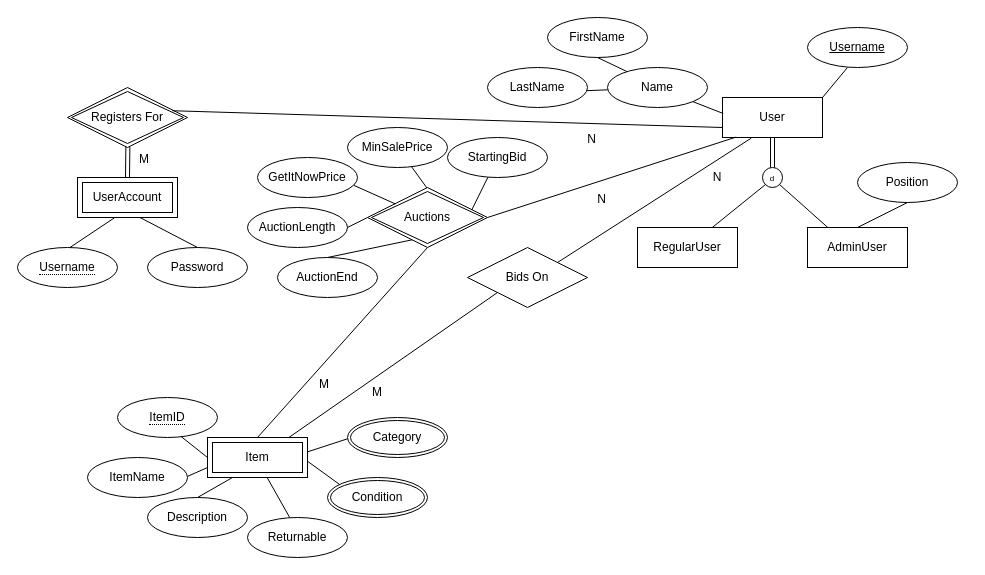
Above: Phase_1/EER/eer_jnaranjo9.drawio in leileili1010/Buzzbid (draw.io), before the change. Source tidied: cells renumbered, new cells numbered last; positions are measured from the earlier drawing's top-left corner, leaving out a move shared by most shapes. Both pictures are drawn from the tidied source at 100%, with x=0, y=0 at pixel (17, 17).
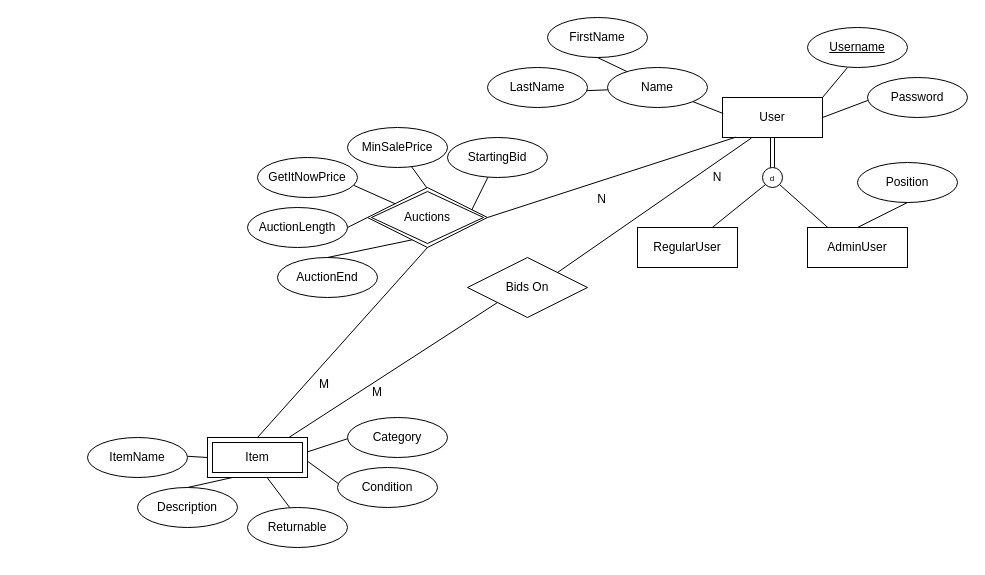
The same diagram, later.

Commit message:
removed user account entity

Unchanged cells that the change refers to:
```xml
<mxCell id="2" value="User" style="whiteSpace=wrap;html=1;align=center;" parent="1" vertex="1">
  <mxGeometry x="705" y="80" width="100" height="40" as="geometry" />
</mxCell>
<mxCell id="49" value="Item" style="shape=ext;margin=3;double=1;whiteSpace=wrap;html=1;align=center;" parent="1" vertex="1">
  <mxGeometry x="190" y="420" width="100" height="40" as="geometry" />
</mxCell>
```

Diff of the diagram source:
```diff
@@
     <mxCell id="5" value="Password" style="ellipse;whiteSpace=wrap;html=1;align=center;" parent="1" vertex="1">
-      <mxGeometry x="130" y="230" width="100" height="40" as="geometry" />
+      <mxGeometry x="850" y="60" width="100" height="40" as="geometry" />
     </mxCell>
@@
-    <mxCell id="9" style="endArrow=none;html=1;rounded=0;entryX=0.5;entryY=0;entryDx=0;entryDy=0;exitX=0.625;exitY=1;exitDx=0;exitDy=0;exitPerimeter=0;" parent="1" edge="1" source="18" target="5">
+    <mxCell id="9" style="endArrow=none;html=1;rounded=0;entryX=0.004;entryY=0.574;entryDx=0;entryDy=0;exitX=1;exitY=0.5;exitDx=0;exitDy=0;entryPerimeter=0;" parent="1" edge="1" source="2" target="5">
       <mxGeometry relative="1" as="geometry" />
     </mxCell>
@@
-    <mxCell id="18" value="UserAccount" style="shape=ext;margin=3;double=1;whiteSpace=wrap;html=1;align=center;" parent="1" vertex="1">
-      <mxGeometry x="60" y="160" width="100" height="40" as="geometry" />
-    </mxCell>
-    <mxCell id="19" value="Registers For" style="shape=rhombus;double=1;perimeter=rhombusPerimeter;whiteSpace=wrap;html=1;align=center;" parent="1" vertex="1">
-      <mxGeometry x="50" y="70" width="120" height="60" as="geometry" />
-    </mxCell>
-    <mxCell id="20" style="shape=link;html=1;rounded=0;exitX=0.5;exitY=0;exitDx=0;exitDy=0;entryX=0.503;entryY=0.989;entryDx=0;entryDy=0;entryPerimeter=0;" parent="1" edge="1" source="18" target="19">
-      <mxGeometry relative="1" as="geometry" />
-    </mxCell>
-    <mxCell id="21" value="M" style="html=1;whiteSpace=wrap;align=left;verticalAlign=bottom;" parent="20" vertex="1">
-      <mxGeometry x="-1" relative="1" as="geometry">
-        <mxPoint x="10" y="-10" as="offset" />
-      </mxGeometry>
-    </mxCell>
-    <mxCell id="22" style="endArrow=none;html=1;rounded=0;entryX=0;entryY=0.75;entryDx=0;entryDy=0;exitX=0.873;exitY=0.387;exitDx=0;exitDy=0;exitPerimeter=0;" parent="1" edge="1" source="19" target="2">
-      <mxGeometry relative="1" as="geometry" />
-    </mxCell>
-    <mxCell id="23" value="N" style="html=1;whiteSpace=wrap;align=right;verticalAlign=bottom;" parent="22" vertex="1">
-      <mxGeometry x="1" relative="1" as="geometry">
-        <mxPoint x="-125" y="20" as="offset" />
-      </mxGeometry>
-    </mxCell>
-    <mxCell id="24" value="&lt;span style=&quot;border-bottom: 1px dotted&quot;&gt;Username&lt;/span&gt;" style="ellipse;whiteSpace=wrap;html=1;align=center;" parent="1" vertex="1">
-      <mxGeometry y="230" width="100" height="40" as="geometry" />
-    </mxCell>
-    <mxCell id="25" style="endArrow=none;html=1;rounded=0;entryX=0.523;entryY=0.002;entryDx=0;entryDy=0;entryPerimeter=0;exitX=0.37;exitY=1.006;exitDx=0;exitDy=0;exitPerimeter=0;" parent="1" edge="1" source="18" target="24">
-      <mxGeometry relative="1" as="geometry" />
-    </mxCell>
@@
-    <mxCell id="30" style="endArrow=none;html=1;rounded=0;entryX=0;entryY=0.5;entryDx=0;entryDy=0;" parent="1" edge="1" target="49">
-      <mxGeometry relative="1" as="geometry">
-        <mxPoint x="162.2" y="417.9" as="sourcePoint" />
-      </mxGeometry>
-    </mxCell>
     <mxCell id="31" value="ItemName" style="ellipse;whiteSpace=wrap;html=1;align=center;" parent="1" vertex="1">
-      <mxGeometry x="70" y="440" width="100" height="40" as="geometry" />
+      <mxGeometry x="70" y="420" width="100" height="40" as="geometry" />
     </mxCell>
     <mxCell id="32" value="Description" style="ellipse;whiteSpace=wrap;html=1;align=center;" parent="1" vertex="1">
-      <mxGeometry x="130" y="480" width="100" height="40" as="geometry" />
+      <mxGeometry x="120" y="470" width="100" height="40" as="geometry" />
     </mxCell>
     <mxCell id="33" value="Returnable" style="ellipse;whiteSpace=wrap;html=1;align=center;" parent="1" vertex="1">
-      <mxGeometry x="230" y="500" width="100" height="40" as="geometry" />
+      <mxGeometry x="230" y="490" width="100" height="40" as="geometry" />
     </mxCell>
-    <mxCell id="34" style="endArrow=none;html=1;rounded=0;entryX=0.002;entryY=0.531;entryDx=0;entryDy=0;exitX=1.004;exitY=0.356;exitDx=0;exitDy=0;entryPerimeter=0;exitPerimeter=0;" parent="1" edge="1" source="49" target="47">
-      <mxGeometry relative="1" as="geometry" />
+    <mxCell id="34" style="endArrow=none;html=1;rounded=0;entryX=0.002;entryY=0.531;entryDx=0;entryDy=0;exitX=1.004;exitY=0.356;exitDx=0;exitDy=0;entryPerimeter=0;exitPerimeter=0;" parent="1" edge="1" source="49">
+      <mxGeometry relative="1" as="geometry">
+        <mxPoint x="330.2" y="421.2" as="targetPoint" />
+      </mxGeometry>
     </mxCell>
-    <mxCell id="35" style="endArrow=none;html=1;rounded=0;exitX=1.003;exitY=0.47;exitDx=0;exitDy=0;entryX=0;entryY=0.75;entryDx=0;entryDy=0;exitPerimeter=0;" parent="1" edge="1" source="31" target="49">
+    <mxCell id="35" style="endArrow=none;html=1;rounded=0;exitX=1.003;exitY=0.47;exitDx=0;exitDy=0;entryX=0;entryY=0.5;entryDx=0;entryDy=0;exitPerimeter=0;" parent="1" edge="1" source="31" target="49">
       <mxGeometry relative="1" as="geometry" />
     </mxCell>
@@
-    <mxCell id="46" value="Condition" style="ellipse;shape=doubleEllipse;margin=3;whiteSpace=wrap;html=1;align=center;" parent="1" vertex="1">
-      <mxGeometry x="310" y="460" width="100" height="40" as="geometry" />
-    </mxCell>
-    <mxCell id="47" value="Category" style="ellipse;shape=doubleEllipse;margin=3;whiteSpace=wrap;html=1;align=center;" parent="1" vertex="1">
-      <mxGeometry x="330" y="400" width="100" height="40" as="geometry" />
-    </mxCell>
-    <mxCell id="48" style="endArrow=none;html=1;rounded=0;entryX=0.12;entryY=0.173;entryDx=0;entryDy=0;entryPerimeter=0;exitX=1.006;exitY=0.604;exitDx=0;exitDy=0;exitPerimeter=0;" parent="1" edge="1" source="49" target="46">
-      <mxGeometry relative="1" as="geometry" />
+    <mxCell id="48" style="endArrow=none;html=1;rounded=0;entryX=0.12;entryY=0.173;entryDx=0;entryDy=0;entryPerimeter=0;exitX=1.006;exitY=0.604;exitDx=0;exitDy=0;exitPerimeter=0;" parent="1" edge="1" source="49">
+      <mxGeometry relative="1" as="geometry">
+        <mxPoint x="322" y="466.9" as="targetPoint" />
+      </mxGeometry>
     </mxCell>
@@
     <mxCell id="56" value="Bids On" style="shape=rhombus;perimeter=rhombusPerimeter;whiteSpace=wrap;html=1;align=center;" parent="1" vertex="1">
-      <mxGeometry x="450" y="230" width="120" height="60" as="geometry" />
+      <mxGeometry x="450" y="240" width="120" height="60" as="geometry" />
     </mxCell>
@@
-    <mxCell id="58" value="&lt;span style=&quot;border-bottom: 1px dotted&quot;&gt;ItemID&lt;/span&gt;" style="ellipse;whiteSpace=wrap;html=1;align=center;" parent="1" vertex="1">
-      <mxGeometry x="100" y="380" width="100" height="40" as="geometry" />
-    </mxCell>
@@
+    <mxCell id="47" value="Category" style="ellipse;whiteSpace=wrap;html=1;align=center;" parent="1" vertex="1">
+      <mxGeometry x="330" y="400" width="100" height="40" as="geometry" />
+    </mxCell>
+    <mxCell id="46" value="Condition" style="ellipse;whiteSpace=wrap;html=1;align=center;" parent="1" vertex="1">
+      <mxGeometry x="320" y="450" width="100" height="40" as="geometry" />
+    </mxCell>
```
